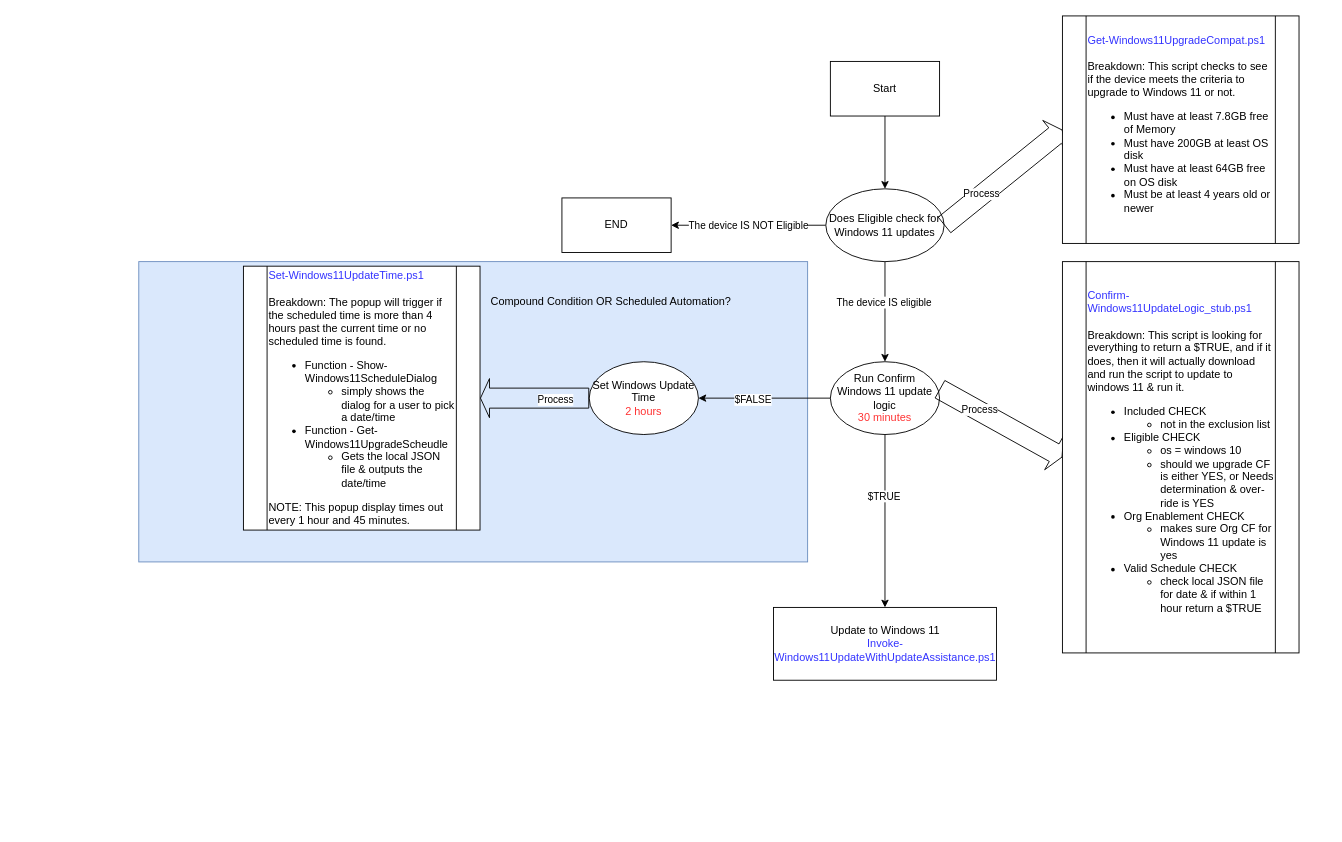
Above: Windows11/UpgradeEligibleWindows10Devices.drawio in nurollinsiii/Ninja_Scripts (draw.io), before the change. Source tidied: cells renumbered, new cells numbered last; positions are measured from the earlier drawing's top-left corner, leaving out a move shared by most shapes. Both pictures are drawn from the tidied source at 91%, with x=0, y=0 at pixel (138, 15).
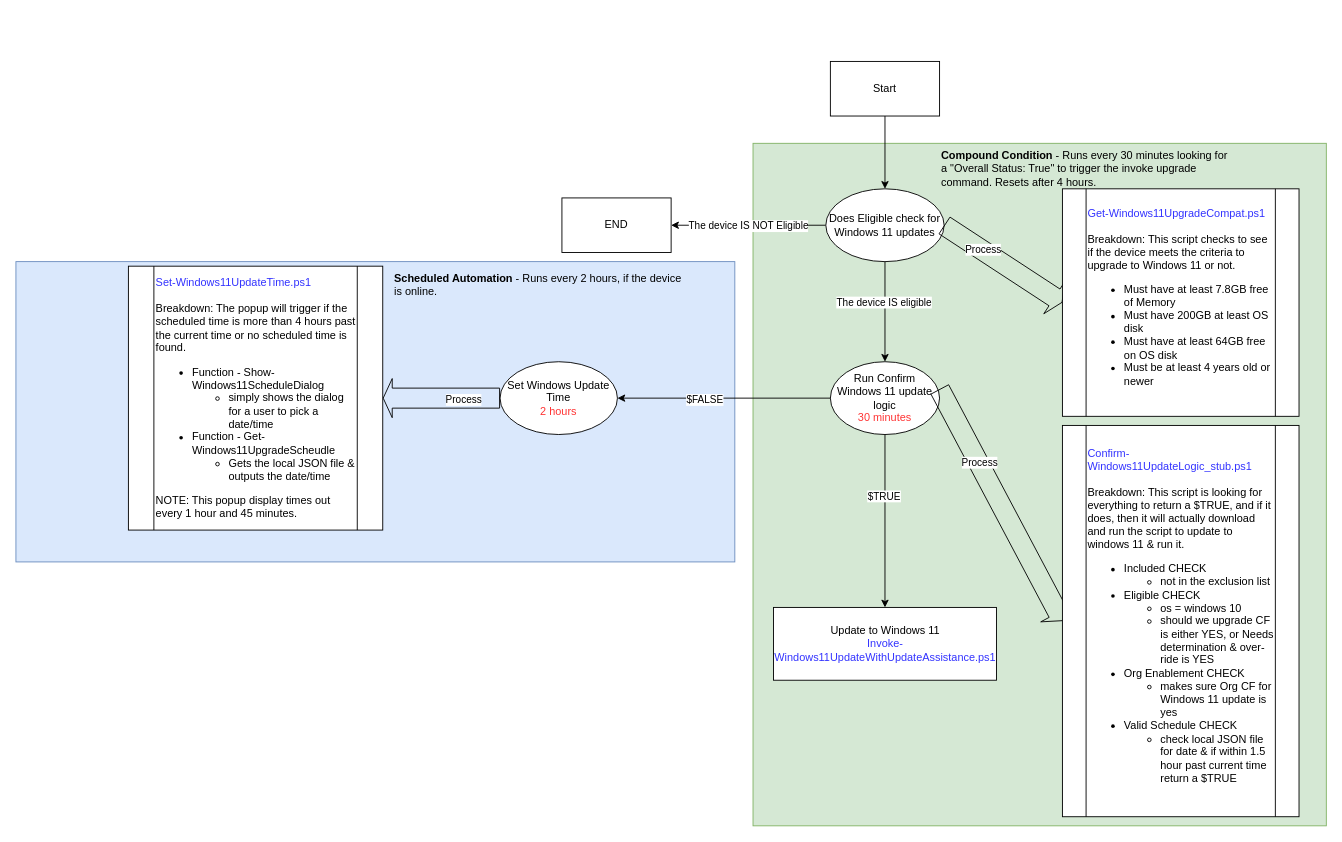
The same page after the edit.

The change refers to these unchanged cells:
```xml
<mxCell id="18" value="Run Confirm Windows 11 update logic&lt;br&gt;&lt;font style=&quot;color: rgb(255, 51, 51);&quot;&gt;30 minutes&lt;/font&gt;" style="ellipse;whiteSpace=wrap;html=1;" parent="1" vertex="1">
  <mxGeometry x="760" y="380" width="120" height="80" as="geometry" />
</mxCell>
```

Change to the diagram source:
```diff
@@
-    <mxCell id="2" style="rounded=0;whiteSpace=wrap;html=1;fillColor=#dae8fc;strokeColor=#6c8ebf;" parent="1" vertex="1">
-      <mxGeometry y="270" width="735" height="330" as="geometry" />
-    </mxCell>
+    <mxCell id="28" style="rounded=0;whiteSpace=wrap;html=1;fillColor=#d5e8d4;strokeColor=#82b366;" parent="1" vertex="1">
+      <mxGeometry x="675" y="140" width="630" height="750" as="geometry" />
+    </mxCell>
@@
     <mxCell id="12" value="&lt;div&gt;&lt;font style=&quot;color: rgb(51, 51, 255);&quot;&gt;Get-Windows11UpgradeCompat.ps1&lt;/font&gt;&lt;/div&gt;&lt;div&gt;&lt;font style=&quot;color: rgb(51, 51, 255);&quot;&gt;&lt;br&gt;&lt;/font&gt;&lt;/div&gt;&lt;div&gt;&lt;font style=&quot;color: rgb(0, 0, 0);&quot;&gt;Breakdown: This script checks to see if the device meets the criteria to upgrade to Windows 11 or not.&lt;/font&gt;&lt;/div&gt;&lt;ul&gt;&lt;li&gt;Must have at least 7.8GB free of Memory&lt;/li&gt;&lt;li&gt;Must have 200GB at least OS disk&lt;/li&gt;&lt;li&gt;Must have at least 64GB free on OS disk&lt;/li&gt;&lt;li&gt;Must be at least 4 years old or newer&lt;/li&gt;&lt;/ul&gt;" style="shape=process;whiteSpace=wrap;html=1;backgroundOutline=1;align=left;" parent="1" vertex="1">
-      <mxGeometry x="1015" width="260" height="250" as="geometry" />
+      <mxGeometry x="1015" y="190" width="260" height="250" as="geometry" />
     </mxCell>
@@
-    <mxCell id="16" style="edgeStyle=orthogonalEdgeStyle;rounded=0;jettySize=auto;html=1;exitX=0;exitY=0.5;exitDx=0;exitDy=0;entryX=1;entryY=0.5;entryDx=0;entryDy=0;" parent="1" edge="1" source="18" target="23">
-      <mxGeometry relative="1" as="geometry" />
-    </mxCell>
-    <mxCell id="17" value="$FALSE" style="edgeLabel;html=1;align=center;verticalAlign=middle;" parent="16" vertex="1">
-      <mxGeometry x="0.19" y="1" relative="1" as="geometry" />
-    </mxCell>
@@
-    <mxCell id="21" value="&lt;div&gt;&lt;font style=&quot;color: rgb(51, 51, 255);&quot;&gt;Confirm-Windows11UpdateLogic_stub.ps1&lt;/font&gt;&lt;/div&gt;&lt;div&gt;&lt;font style=&quot;color: rgb(51, 51, 255);&quot;&gt;&lt;br&gt;&lt;/font&gt;&lt;/div&gt;&lt;div&gt;&lt;font style=&quot;color: rgb(0, 0, 0);&quot;&gt;Breakdown: This script is looking for everything to return a $TRUE, and if it does, then it will actually download and run the script to update to windows 11 &amp;amp; run it.&lt;/font&gt;&lt;/div&gt;&lt;ul&gt;&lt;li&gt;Included CHECK&lt;/li&gt;&lt;ul&gt;&lt;li&gt;not in the exclusion list&lt;/li&gt;&lt;/ul&gt;&lt;li&gt;Eligible CHECK&lt;/li&gt;&lt;ul&gt;&lt;li&gt;os = windows 10&lt;/li&gt;&lt;li style=&quot;&quot;&gt;should we upgrade CF is either YES, or Needs determination &amp;amp; over-ride is YES&lt;/li&gt;&lt;/ul&gt;&lt;li&gt;Org Enablement CHECK&lt;/li&gt;&lt;ul&gt;&lt;li&gt;makes sure Org CF for Windows 11 update is yes&lt;/li&gt;&lt;/ul&gt;&lt;li&gt;Valid Schedule CHECK&lt;/li&gt;&lt;ul&gt;&lt;li&gt;check local JSON file for date &amp;amp; if within 1 hour return a $TRUE&lt;/li&gt;&lt;/ul&gt;&lt;/ul&gt;" style="shape=process;whiteSpace=wrap;html=1;backgroundOutline=1;align=left;" parent="1" vertex="1">
-      <mxGeometry x="1015" y="270" width="260" height="430" as="geometry" />
+    <mxCell id="21" value="&lt;div&gt;&lt;font style=&quot;color: rgb(51, 51, 255);&quot;&gt;Confirm-Windows11UpdateLogic_stub.ps1&lt;/font&gt;&lt;/div&gt;&lt;div&gt;&lt;font style=&quot;color: rgb(51, 51, 255);&quot;&gt;&lt;br&gt;&lt;/font&gt;&lt;/div&gt;&lt;div&gt;&lt;font style=&quot;color: rgb(0, 0, 0);&quot;&gt;Breakdown: This script is looking for everything to return a $TRUE, and if it does, then it will actually download and run the script to update to windows 11 &amp;amp; run it.&lt;/font&gt;&lt;/div&gt;&lt;ul&gt;&lt;li&gt;Included CHECK&lt;/li&gt;&lt;ul&gt;&lt;li&gt;not in the exclusion list&lt;/li&gt;&lt;/ul&gt;&lt;li&gt;Eligible CHECK&lt;/li&gt;&lt;ul&gt;&lt;li&gt;os = windows 10&lt;/li&gt;&lt;li style=&quot;&quot;&gt;should we upgrade CF is either YES, or Needs determination &amp;amp; over-ride is YES&lt;/li&gt;&lt;/ul&gt;&lt;li&gt;Org Enablement CHECK&lt;/li&gt;&lt;ul&gt;&lt;li&gt;makes sure Org CF for Windows 11 update is yes&lt;/li&gt;&lt;/ul&gt;&lt;li&gt;Valid Schedule CHECK&lt;/li&gt;&lt;ul&gt;&lt;li&gt;check local JSON file for date &amp;amp; if within 1.5 hour past current time return a $TRUE&lt;/li&gt;&lt;/ul&gt;&lt;/ul&gt;" style="shape=process;whiteSpace=wrap;html=1;backgroundOutline=1;align=left;" parent="1" vertex="1">
+      <mxGeometry x="1015" y="450" width="260" height="430" as="geometry" />
     </mxCell>
@@
+    <mxCell id="2" style="rounded=0;whiteSpace=wrap;html=1;fillColor=#dae8fc;strokeColor=#6c8ebf;" parent="1" vertex="1">
+      <mxGeometry x="-135" y="270" width="790" height="330" as="geometry" />
+    </mxCell>
     <mxCell id="23" value="Set Windows Update Time&lt;br&gt;&lt;font style=&quot;color: rgb(255, 51, 51);&quot;&gt;2 hours&lt;/font&gt;" style="ellipse;whiteSpace=wrap;html=1;" parent="1" vertex="1">
-      <mxGeometry x="495" y="380" width="120" height="80" as="geometry" />
+      <mxGeometry x="397" y="380" width="129" height="80" as="geometry" />
     </mxCell>
@@
     <mxCell id="26" value="&lt;div&gt;&lt;font style=&quot;color: rgb(51, 51, 255);&quot;&gt;Set-Windows11UpdateTime.ps1&lt;/font&gt;&lt;/div&gt;&lt;div&gt;&lt;font style=&quot;color: rgb(51, 51, 255);&quot;&gt;&lt;br&gt;&lt;/font&gt;&lt;/div&gt;&lt;div&gt;&lt;font style=&quot;color: rgb(0, 0, 0);&quot;&gt;Breakdown: The popup will trigger if the scheduled time is more than 4 hours past the current time or no scheduled time is found.&lt;/font&gt;&lt;/div&gt;&lt;ul&gt;&lt;li&gt;Function - Show-Windows11ScheduleDialog&lt;/li&gt;&lt;ul&gt;&lt;li&gt;simply shows the dialog for a user to pick a date/time&lt;/li&gt;&lt;/ul&gt;&lt;li&gt;Function - Get-Windows11UpgradeScheudle&lt;/li&gt;&lt;ul&gt;&lt;li&gt;Gets the local JSON file &amp;amp; outputs the date/time&lt;/li&gt;&lt;/ul&gt;&lt;/ul&gt;&lt;div&gt;NOTE: This popup display times out every 1 hour and 45 minutes.&lt;/div&gt;" style="shape=process;whiteSpace=wrap;html=1;backgroundOutline=1;align=left;" parent="1" vertex="1">
-      <mxGeometry x="115" y="275" width="260" height="290" as="geometry" />
+      <mxGeometry x="-11.4" y="275" width="279.5" height="290" as="geometry" />
     </mxCell>
-    <mxCell id="27" value="Compound Condition OR Scheduled Automation?" style="text;html=1;align=left;verticalAlign=top;whiteSpace=wrap;rounded=0;" parent="1" vertex="1">
-      <mxGeometry x="385" y="300" width="300" height="60" as="geometry" />
+    <mxCell id="27" value="&lt;b&gt;Scheduled Automation&lt;/b&gt;&amp;nbsp;- Runs every 2 hours, if the device is online." style="text;html=1;align=left;verticalAlign=top;whiteSpace=wrap;rounded=0;" parent="1" vertex="1">
+      <mxGeometry x="278.8" y="275" width="322.4" height="60" as="geometry" />
     </mxCell>
+    <mxCell id="29" value="&lt;b&gt;Compound Condition&lt;/b&gt;&amp;nbsp;- Runs every 30 minutes looking for a &quot;Overall Status: True&quot; to trigger the invoke upgrade command. Resets after 4 hours." style="text;html=1;align=left;verticalAlign=top;whiteSpace=wrap;rounded=0;" parent="1" vertex="1">
+      <mxGeometry x="880" y="140" width="322.4" height="60" as="geometry" />
+    </mxCell>
+    <mxCell id="16" style="edgeStyle=orthogonalEdgeStyle;rounded=0;jettySize=auto;html=1;exitX=0;exitY=0.5;exitDx=0;exitDy=0;entryX=1;entryY=0.5;entryDx=0;entryDy=0;" parent="1" edge="1" source="18" target="23">
+      <mxGeometry relative="1" as="geometry" />
+    </mxCell>
+    <mxCell id="17" value="$FALSE" style="edgeLabel;html=1;align=center;verticalAlign=middle;" parent="16" vertex="1">
+      <mxGeometry x="0.19" y="1" relative="1" as="geometry" />
+    </mxCell>
```
